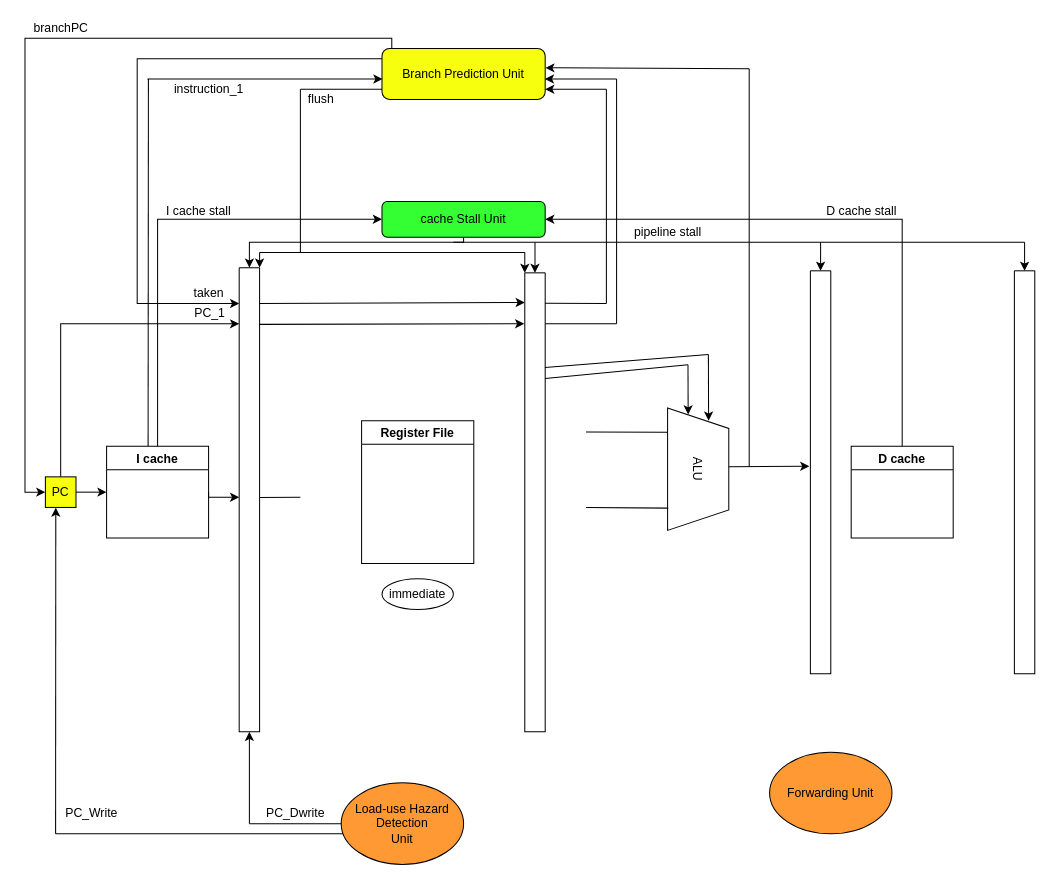
Earlier version of the draw.io diagram Untitled Diagram.drawio (JeterHwang/DSD). Source tidied: cells renumbered, new cells numbered last; positions are measured from the earlier drawing's top-left corner, leaving out a move shared by most shapes. Both pictures are drawn from the tidied source at 102%, with x=0, y=0 at pixel (24, 17).
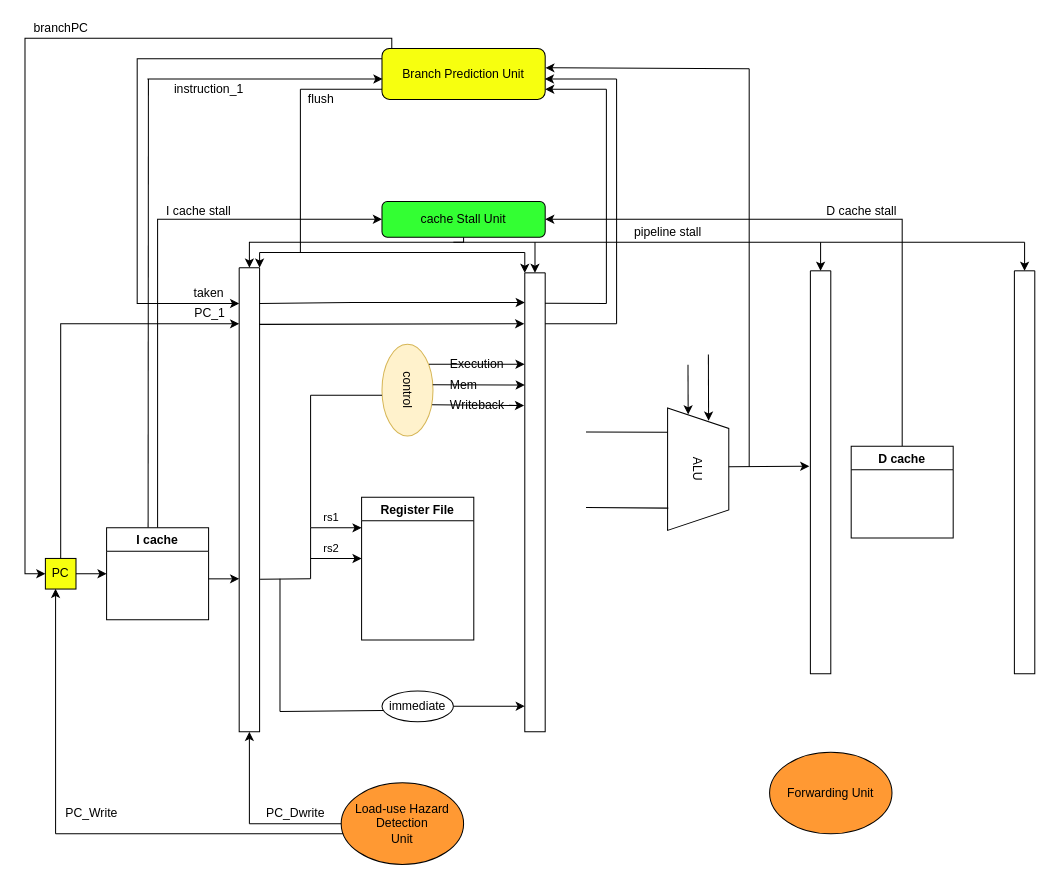
The same diagram, later.

Unchanged cells that the change refers to:
```xml
<mxCell id="2" style="swimlane;startSize=0;fillColor=#4262FF;glass=0;swimlaneLine=1;" parent="1" vertex="1">
  <mxGeometry x="210" y="245" width="20" height="455" as="geometry" />
</mxCell>
<mxCell id="3" style="swimlane;startSize=0;" parent="1" vertex="1">
  <mxGeometry x="490" y="250" width="20" height="450" as="geometry" />
</mxCell>
<mxCell id="14" value="Branch Prediction Unit" style="rounded=1;whiteSpace=wrap;html=1;glass=0;fillColor=#F7FF0F;" parent="1" vertex="1">
  <mxGeometry x="350" y="30" width="160" height="50" as="geometry" />
</mxCell>
```

The edit, as a diff of the source:
```diff
@@
-    <mxCell id="6" style="edgeStyle=orthogonalEdgeStyle;rounded=0;jettySize=auto;html=1;exitX=1;exitY=0.5;exitDx=0;exitDy=0;" parent="1" edge="1" source="8">
-      <mxGeometry relative="1" as="geometry">
-        <mxPoint x="210" y="470" as="targetPoint" />
-        <Array as="points">
-          <mxPoint x="180" y="470" />
-          <mxPoint x="210" y="470" />
-        </Array>
-      </mxGeometry>
-    </mxCell>
@@
+    <mxCell id="67" style="edgeStyle=orthogonalEdgeStyle;rounded=0;orthogonalLoop=1;jettySize=auto;html=1;" parent="1" edge="1">
+      <mxGeometry relative="1" as="geometry">
+        <mxPoint x="180" y="550" as="sourcePoint" />
+        <mxPoint x="210" y="550" as="targetPoint" />
+      </mxGeometry>
+    </mxCell>
     <mxCell id="8" value="I cache" style="swimlane;" parent="1" vertex="1">
-      <mxGeometry x="80" y="420" width="100" height="90" as="geometry" />
+      <mxGeometry x="80" y="500" width="100" height="90" as="geometry" />
     </mxCell>
@@
     <mxCell id="11" value="PC" style="whiteSpace=wrap;html=1;glass=0;fillColor=#F7FF0F;" parent="1" vertex="1">
-      <mxGeometry x="20" y="450" width="30" height="30" as="geometry" />
+      <mxGeometry x="20" y="530" width="30" height="30" as="geometry" />
     </mxCell>
-    <mxCell id="12" style="edgeStyle=orthogonalEdgeStyle;rounded=0;jettySize=auto;html=1;exitX=0.06;exitY=-0.002;exitDx=0;exitDy=0;entryX=0;entryY=0.5;entryDx=0;entryDy=0;exitPerimeter=0;" parent="1" edge="1" source="14" target="11">
+    <mxCell id="12" style="edgeStyle=orthogonalEdgeStyle;rounded=0;jettySize=auto;html=1;exitX=0.06;exitY=-0.002;exitDx=0;exitDy=0;exitPerimeter=0;entryX=0;entryY=0.5;entryDx=0;entryDy=0;" parent="1" edge="1" source="14" target="11">
       <mxGeometry relative="1" as="geometry">
         <Array as="points">
           <mxPoint x="360" y="20" />
           <mxPoint y="20" />
-          <mxPoint y="465" />
+          <mxPoint y="545" />
         </Array>
       </mxGeometry>
     </mxCell>
@@
     <mxCell id="19" value="Register File" style="swimlane;glass=0;strokeColor=#000000;fillColor=#FFFFFF;" parent="1" vertex="1">
-      <mxGeometry x="330" y="395" width="110" height="140" as="geometry" />
+      <mxGeometry x="330" y="470" width="110" height="140" as="geometry" />
     </mxCell>
@@
     <mxCell id="32" style="endArrow=classic;html=1;exitX=0.994;exitY=0.077;exitDx=0;exitDy=0;exitPerimeter=0;" parent="1" edge="1" source="2">
       <mxGeometry relative="1" as="geometry">
         <mxPoint x="490" y="279" as="targetPoint" />
+        <Array as="points">
+          <mxPoint x="330" y="279" />
+          <mxPoint x="380" y="279" />
+          <mxPoint x="460" y="279" />
+        </Array>
       </mxGeometry>
     </mxCell>
@@
-    <mxCell id="47" style="endArrow=none;html=1;exitX=1;exitY=0.23;exitDx=0;exitDy=0;exitPerimeter=0;" parent="1" edge="1" source="3">
-      <mxGeometry relative="1" as="geometry">
-        <mxPoint x="650" y="340" as="targetPoint" />
-      </mxGeometry>
-    </mxCell>
-    <mxCell id="48" style="endArrow=none;html=1;exitX=0.986;exitY=0.206;exitDx=0;exitDy=0;exitPerimeter=0;" parent="1" edge="1" source="3">
-      <mxGeometry relative="1" as="geometry">
-        <mxPoint x="670" y="330" as="targetPoint" />
-      </mxGeometry>
-    </mxCell>
@@
-    <mxCell id="58" style="endArrow=none;html=1;entryX=1.016;entryY=0.495;entryDx=0;entryDy=0;entryPerimeter=0;" parent="1" edge="1" target="2">
-      <mxGeometry relative="1" as="geometry">
-        <mxPoint x="270" y="470" as="sourcePoint" />
-      </mxGeometry>
-    </mxCell>
@@
-    <mxCell id="62" style="endArrow=classic;html=1;entryX=0.34;entryY=1.007;entryDx=0;entryDy=0;entryPerimeter=0;" parent="1" edge="1" target="11">
+    <mxCell id="62" style="endArrow=classic;html=1;entryX=0.333;entryY=0.99;entryDx=0;entryDy=0;entryPerimeter=0;" parent="1" edge="1" target="11">
       <mxGeometry relative="1" as="geometry">
         <mxPoint x="30" y="800" as="sourcePoint" />
       </mxGeometry>
     </mxCell>
@@
+    <mxCell id="68" style="edgeStyle=orthogonalEdgeStyle;rounded=0;jettySize=auto;html=1;entryX=0.001;entryY=0.944;entryDx=0;entryDy=0;entryPerimeter=0;" parent="1" edge="1" source="66" target="3">
+      <mxGeometry relative="1" as="geometry" />
+    </mxCell>
     <mxCell id="66" value="immediate" style="ellipse;whiteSpace=wrap;html=1;glass=0;strokeColor=#000000;fillColor=#FFFFFF;" parent="1" vertex="1">
-      <mxGeometry x="350" y="550" width="70" height="30" as="geometry" />
+      <mxGeometry x="350" y="660" width="70" height="30" as="geometry" />
     </mxCell>
+    <mxCell id="69" style="endArrow=none;html=1;" parent="1" edge="1">
+      <mxGeometry relative="1" as="geometry">
+        <mxPoint x="250" y="680" as="sourcePoint" />
+        <mxPoint x="250" y="550" as="targetPoint" />
+      </mxGeometry>
+    </mxCell>
+    <mxCell id="70" style="endArrow=none;html=1;entryX=0.016;entryY=0.639;entryDx=0;entryDy=0;entryPerimeter=0;" parent="1" edge="1" target="66">
+      <mxGeometry relative="1" as="geometry">
+        <mxPoint x="250" y="680" as="sourcePoint" />
+      </mxGeometry>
+    </mxCell>
+    <mxCell id="71" style="endArrow=none;html=1;exitX=1.024;exitY=0.671;exitDx=0;exitDy=0;exitPerimeter=0;" parent="1" edge="1" source="2">
+      <mxGeometry relative="1" as="geometry">
+        <mxPoint x="280" y="550" as="targetPoint" />
+      </mxGeometry>
+    </mxCell>
+    <mxCell id="72" style="endArrow=none;html=1;" parent="1" edge="1">
+      <mxGeometry relative="1" as="geometry">
+        <mxPoint x="280" y="550" as="sourcePoint" />
+        <mxPoint x="280" y="500" as="targetPoint" />
+      </mxGeometry>
+    </mxCell>
+    <mxCell id="73" style="endArrow=classic;html=1;" parent="1" edge="1">
+      <mxGeometry relative="1" as="geometry">
+        <mxPoint x="280" y="500" as="sourcePoint" />
+        <mxPoint x="330" y="500" as="targetPoint" />
+      </mxGeometry>
+    </mxCell>
+    <mxCell id="74" style="endArrow=classic;html=1;" parent="1" edge="1">
+      <mxGeometry relative="1" as="geometry">
+        <mxPoint x="280" y="530" as="sourcePoint" />
+        <mxPoint x="330" y="530" as="targetPoint" />
+      </mxGeometry>
+    </mxCell>
+    <mxCell id="75" value="&lt;span style=&quot;font-size: 11px&quot;&gt;rs1&lt;/span&gt;" style="text;html=1;align=center;verticalAlign=middle;fillColor=none;strokeColor=none;rounded=0;" parent="1" vertex="1">
+      <mxGeometry x="285" y="480" width="30" height="20" as="geometry" />
+    </mxCell>
+    <mxCell id="76" value="&lt;span style=&quot;font-size: 11px&quot;&gt;rs2&lt;/span&gt;" style="text;html=1;align=center;verticalAlign=middle;fillColor=none;strokeColor=none;rounded=0;" parent="1" vertex="1">
+      <mxGeometry x="285" y="510" width="30" height="20" as="geometry" />
+    </mxCell>
+    <mxCell id="77" value="control" style="ellipse;whiteSpace=wrap;html=1;rotation=90;fillColor=#fff2cc;strokeColor=#d6b656;" parent="1" vertex="1">
+      <mxGeometry x="330" y="340" width="90" height="50" as="geometry" />
+    </mxCell>
+    <mxCell id="78" style="endArrow=none;html=1;" parent="1" edge="1">
+      <mxGeometry relative="1" as="geometry">
+        <mxPoint x="280" y="500" as="sourcePoint" />
+        <mxPoint x="280" y="370" as="targetPoint" />
+      </mxGeometry>
+    </mxCell>
+    <mxCell id="79" style="endArrow=none;html=1;" parent="1" edge="1">
+      <mxGeometry relative="1" as="geometry">
+        <mxPoint x="280" y="370" as="sourcePoint" />
+        <mxPoint x="350" y="370" as="targetPoint" />
+      </mxGeometry>
+    </mxCell>
+    <mxCell id="80" style="endArrow=classic;html=1;exitX=0.218;exitY=0.079;exitDx=0;exitDy=0;exitPerimeter=0;entryX=-0.011;entryY=0.199;entryDx=0;entryDy=0;entryPerimeter=0;" parent="1" edge="1" source="77" target="3">
+      <mxGeometry relative="1" as="geometry" />
+    </mxCell>
+    <mxCell id="81" value="Execution" style="text;html=1;align=left;verticalAlign=middle;fillColor=none;strokeColor=none;rounded=0;" parent="1" vertex="1">
+      <mxGeometry x="415" y="330" width="70" height="20" as="geometry" />
+    </mxCell>
+    <mxCell id="82" style="endArrow=classic;html=1;exitX=0.44;exitY=0.005;exitDx=0;exitDy=0;exitPerimeter=0;" parent="1" edge="1" source="77">
+      <mxGeometry relative="1" as="geometry">
+        <mxPoint x="490" y="360" as="targetPoint" />
+      </mxGeometry>
+    </mxCell>
+    <mxCell id="83" value="Mem" style="text;html=1;align=left;verticalAlign=middle;fillColor=none;strokeColor=none;rounded=0;" parent="1" vertex="1">
+      <mxGeometry x="415" y="350" width="40" height="20" as="geometry" />
+    </mxCell>
+    <mxCell id="84" style="endArrow=classic;html=1;exitX=0.66;exitY=0.018;exitDx=0;exitDy=0;exitPerimeter=0;entryX=-0.035;entryY=0.289;entryDx=0;entryDy=0;entryPerimeter=0;" parent="1" edge="1" source="77" target="3">
+      <mxGeometry relative="1" as="geometry" />
+    </mxCell>
+    <mxCell id="85" value="Writeback" style="text;html=1;align=left;verticalAlign=middle;fillColor=none;strokeColor=none;rounded=0;" parent="1" vertex="1">
+      <mxGeometry x="415" y="370" width="70" height="20" as="geometry" />
+    </mxCell>
```
